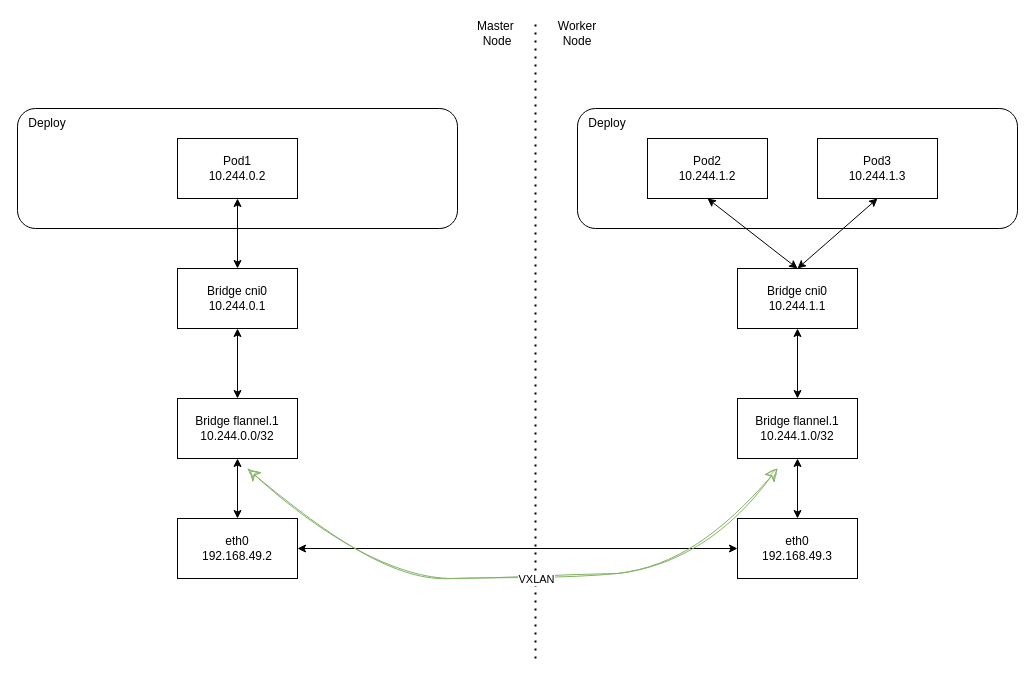
Before: page "k8s_calico" (7 of 7) of network_topology.drawio in adinxu/draw.io, a draw.io diagram. Source tidied: cells renumbered, new cells numbered last; positions are measured from the earlier drawing's top-left corner, leaving out a move shared by most shapes. Both pictures are drawn from the tidied source at 100%, with x=0, y=0 at pixel (17, 18).
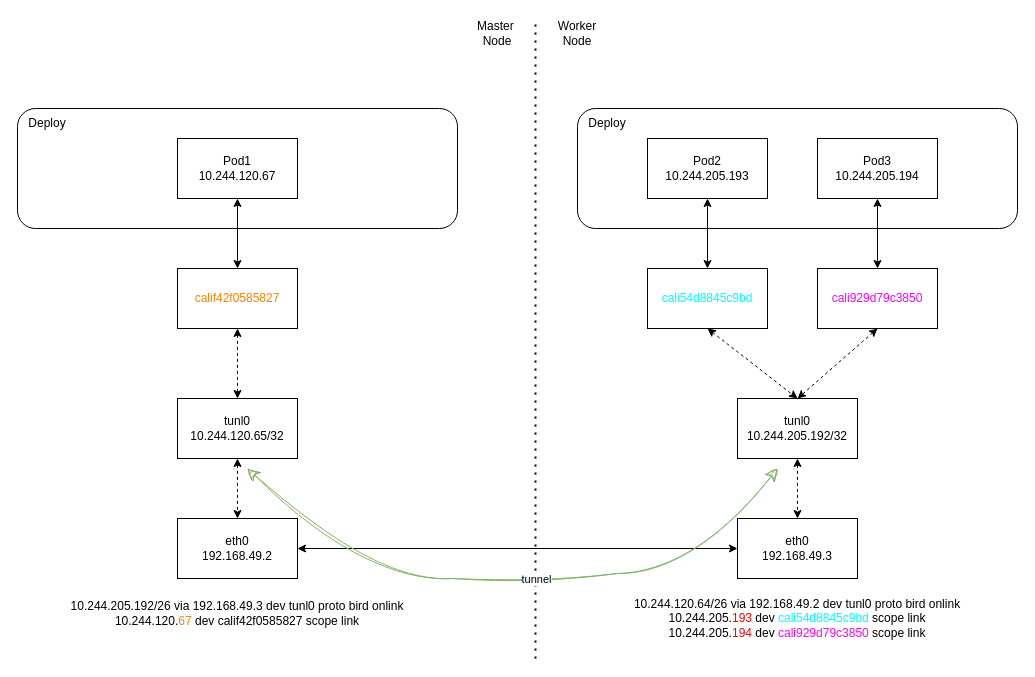
The same diagram, later.

Unchanged cells that the change refers to:
```xml
<mxCell id="9" value="eth0&lt;div&gt;192.168.49.2&lt;/div&gt;" style="rounded=0;whiteSpace=wrap;html=1;" parent="1" vertex="1">
  <mxGeometry x="160" y="500" width="120" height="60" as="geometry" />
</mxCell>
<mxCell id="18" value="eth0&lt;div&gt;192.168.49.3&lt;/div&gt;" style="rounded=0;whiteSpace=wrap;html=1;" parent="1" vertex="1">
  <mxGeometry x="720" y="500" width="120" height="60" as="geometry" />
</mxCell>
```

The edit, as a diff of the source:
```diff
@@
-    <mxCell id="3" style="rounded=0;jettySize=auto;html=1;exitX=0.5;exitY=1;exitDx=0;exitDy=0;entryX=0.5;entryY=0;entryDx=0;entryDy=0;endArrow=classic;startFill=1;startArrow=classic;endFill=1;" parent="1" edge="1" source="4" target="7">
-      <mxGeometry relative="1" as="geometry" />
-    </mxCell>
-    <mxCell id="4" value="Pod1&lt;div&gt;10.244.0.2&lt;/div&gt;" style="rounded=0;whiteSpace=wrap;html=1;" parent="1" vertex="1">
+    <mxCell id="4" value="Pod1&lt;div&gt;10.244.120.67&lt;/div&gt;" style="rounded=0;whiteSpace=wrap;html=1;" parent="1" vertex="1">
       <mxGeometry x="160" y="120" width="120" height="60" as="geometry" />
     </mxCell>
@@
-    <mxCell id="6" style="edgeStyle=orthogonalEdgeStyle;rounded=0;jettySize=auto;html=1;exitX=0.5;exitY=1;exitDx=0;exitDy=0;entryX=0.5;entryY=0;entryDx=0;entryDy=0;startArrow=classic;startFill=1;" parent="1" edge="1" source="7" target="11">
-      <mxGeometry relative="1" as="geometry" />
-    </mxCell>
-    <mxCell id="7" value="Bridge cni0&lt;div&gt;10.244.0.1&lt;/div&gt;" style="rounded=0;whiteSpace=wrap;html=1;" parent="1" vertex="1">
-      <mxGeometry x="160" y="250" width="120" height="60" as="geometry" />
-    </mxCell>
@@
-    <mxCell id="10" style="edgeStyle=orthogonalEdgeStyle;rounded=0;jettySize=auto;html=1;exitX=0.5;exitY=1;exitDx=0;exitDy=0;entryX=0.5;entryY=0;entryDx=0;entryDy=0;startArrow=classic;startFill=1;endArrow=classic;endFill=1;" parent="1" edge="1" source="11" target="9">
-      <mxGeometry relative="1" as="geometry" />
-    </mxCell>
-    <mxCell id="11" value="Bridge flannel.1&lt;div&gt;10.244.0.0/32&lt;/div&gt;" style="rounded=0;whiteSpace=wrap;html=1;" parent="1" vertex="1">
-      <mxGeometry x="160" y="380" width="120" height="60" as="geometry" />
-    </mxCell>
@@
-    <mxCell id="14" style="rounded=0;jettySize=auto;html=1;exitX=0.5;exitY=0;exitDx=0;exitDy=0;endArrow=classic;startFill=1;entryX=0.5;entryY=1;entryDx=0;entryDy=0;startArrow=classic;endFill=1;" parent="1" edge="1" source="17" target="19">
+    <mxCell id="14" style="edgeStyle=orthogonalEdgeStyle;rounded=0;jettySize=auto;html=1;exitX=0.5;exitY=0;exitDx=0;exitDy=0;entryX=0.5;entryY=1;entryDx=0;entryDy=0;endArrow=classic;startFill=1;startArrow=classic;endFill=1;" parent="1" edge="1" source="17" target="19">
       <mxGeometry relative="1" as="geometry" />
     </mxCell>
-    <mxCell id="15" style="edgeStyle=orthogonalEdgeStyle;rounded=0;jettySize=auto;html=1;exitX=0.5;exitY=1;exitDx=0;exitDy=0;entryX=0.5;entryY=0;entryDx=0;entryDy=0;startArrow=classic;startFill=1;endArrow=classic;endFill=1;" parent="1" edge="1" source="17" target="21">
-      <mxGeometry relative="1" as="geometry" />
-    </mxCell>
-    <mxCell id="16" style="rounded=0;jettySize=auto;html=1;exitX=0.5;exitY=0;exitDx=0;exitDy=0;entryX=0.5;entryY=1;entryDx=0;entryDy=0;startArrow=classic;startFill=1;" parent="1" edge="1" source="17" target="27">
-      <mxGeometry relative="1" as="geometry" />
-    </mxCell>
+    <mxCell id="28" style="rounded=0;jettySize=auto;html=1;exitX=0.5;exitY=1;exitDx=0;exitDy=0;entryX=0.5;entryY=0;entryDx=0;entryDy=0;dashed=1;startArrow=classic;startFill=1;endArrow=classic;endFill=1;" parent="1" edge="1" source="17" target="40">
+      <mxGeometry relative="1" as="geometry" />
+    </mxCell>
-    <mxCell id="17" value="Bridge cni0&lt;div&gt;10.244.1.1&lt;/div&gt;" style="rounded=0;whiteSpace=wrap;html=1;" parent="1" vertex="1">
-      <mxGeometry x="720" y="250" width="120" height="60" as="geometry" />
+    <mxCell id="17" value="&lt;font style=&quot;color: rgb(0, 255, 255);&quot;&gt;cali54d8845c9bd&lt;/font&gt;" style="rounded=0;whiteSpace=wrap;html=1;" parent="1" vertex="1">
+      <mxGeometry x="630" y="250" width="120" height="60" as="geometry" />
     </mxCell>
@@
-    <mxCell id="19" value="Pod2&lt;br&gt;&lt;div&gt;10.244.1.2&lt;/div&gt;" style="rounded=0;whiteSpace=wrap;html=1;" parent="1" vertex="1">
+    <mxCell id="19" value="Pod2&lt;br&gt;&lt;div&gt;10.244.205.193&lt;/div&gt;" style="rounded=0;whiteSpace=wrap;html=1;" parent="1" vertex="1">
       <mxGeometry x="630" y="120" width="120" height="60" as="geometry" />
     </mxCell>
-    <mxCell id="20" style="edgeStyle=orthogonalEdgeStyle;rounded=0;jettySize=auto;html=1;exitX=0.5;exitY=1;exitDx=0;exitDy=0;entryX=0.5;entryY=0;entryDx=0;entryDy=0;startArrow=classic;startFill=1;endArrow=classic;endFill=1;" parent="1" edge="1" source="21" target="18">
-      <mxGeometry relative="1" as="geometry" />
-    </mxCell>
-    <mxCell id="21" value="Bridge flannel.1&lt;div&gt;10.244.1.0/32&lt;/div&gt;" style="rounded=0;whiteSpace=wrap;html=1;" parent="1" vertex="1">
-      <mxGeometry x="720" y="380" width="120" height="60" as="geometry" />
-    </mxCell>
@@
-    <mxCell id="25" style="curved=1;endArrow=classic;html=1;rounded=0;startArrow=classic;startFill=1;sketch=1;curveFitting=1;jiggle=2;endSize=10;startSize=10;fillColor=#d5e8d4;strokeColor=#82b366;" parent="1" edge="1">
-      <mxGeometry relative="1" as="geometry">
-        <mxPoint x="230" y="450" as="sourcePoint" />
-        <mxPoint x="760" y="450" as="targetPoint" />
-        <Array as="points">
-          <mxPoint x="350" y="560" />
-          <mxPoint x="520" y="560" />
-          <mxPoint x="680" y="550" />
-        </Array>
-      </mxGeometry>
-    </mxCell>
-    <mxCell id="26" value="VXLAN" style="edgeLabel;html=1;align=center;verticalAlign=middle;" parent="25" vertex="1">
-      <mxGeometry y="3" relative="1" as="geometry">
-        <mxPoint x="20" y="3" as="offset" />
-      </mxGeometry>
-    </mxCell>
-    <mxCell id="27" value="Pod3&lt;br&gt;&lt;div&gt;10.244.1.3&lt;/div&gt;" style="rounded=0;whiteSpace=wrap;html=1;" parent="1" vertex="1">
+    <mxCell id="27" value="Pod3&lt;br&gt;&lt;div&gt;10.244.205.194&lt;/div&gt;" style="rounded=0;whiteSpace=wrap;html=1;" parent="1" vertex="1">
       <mxGeometry x="800" y="120" width="120" height="60" as="geometry" />
     </mxCell>
+    <mxCell id="29" style="edgeStyle=orthogonalEdgeStyle;rounded=0;jettySize=auto;html=1;exitX=0.5;exitY=0;exitDx=0;exitDy=0;endArrow=classic;startFill=1;startArrow=classic;endFill=1;" parent="1" edge="1" source="31" target="4">
+      <mxGeometry relative="1" as="geometry" />
+    </mxCell>
+    <mxCell id="30" style="edgeStyle=orthogonalEdgeStyle;rounded=0;jettySize=auto;html=1;exitX=0.5;exitY=1;exitDx=0;exitDy=0;entryX=0.5;entryY=0;entryDx=0;entryDy=0;dashed=1;startArrow=classic;startFill=1;endArrow=classic;endFill=1;" parent="1" edge="1" source="31" target="38">
+      <mxGeometry relative="1" as="geometry" />
+    </mxCell>
+    <mxCell id="31" value="&lt;font style=&quot;color: light-dark(rgb(255, 128, 0), rgb(255, 255, 255));&quot;&gt;calif42f0585827&lt;/font&gt;" style="rounded=0;whiteSpace=wrap;html=1;" parent="1" vertex="1">
+      <mxGeometry x="160" y="250" width="120" height="60" as="geometry" />
+    </mxCell>
+    <mxCell id="32" style="edgeStyle=orthogonalEdgeStyle;rounded=0;jettySize=auto;html=1;exitX=0.5;exitY=0;exitDx=0;exitDy=0;entryX=0.5;entryY=1;entryDx=0;entryDy=0;endArrow=classic;startFill=1;startArrow=classic;endFill=1;" parent="1" edge="1" source="34" target="27">
+      <mxGeometry relative="1" as="geometry" />
+    </mxCell>
+    <mxCell id="33" style="rounded=0;jettySize=auto;html=1;exitX=0.5;exitY=1;exitDx=0;exitDy=0;entryX=0.5;entryY=0;entryDx=0;entryDy=0;dashed=1;startArrow=classic;startFill=1;endArrow=classic;endFill=1;" parent="1" edge="1" source="34" target="40">
+      <mxGeometry relative="1" as="geometry" />
+    </mxCell>
+    <mxCell id="34" value="&lt;font style=&quot;color: rgb(255, 0, 255);&quot;&gt;cali929d79c3850&lt;/font&gt;" style="rounded=0;whiteSpace=wrap;html=1;" parent="1" vertex="1">
+      <mxGeometry x="800" y="250" width="120" height="60" as="geometry" />
+    </mxCell>
+    <mxCell id="35" value="&lt;div&gt;10.244.120.64/26 via 192.168.49.2 dev tunl0 proto bird onlink&lt;/div&gt;&lt;div&gt;10.244.205.&lt;font style=&quot;color: rgb(255, 0, 0);&quot;&gt;193&lt;/font&gt; dev &lt;font style=&quot;color: rgb(0, 255, 255);&quot;&gt;cali54d8845c9bd&lt;/font&gt; scope link&lt;/div&gt;&lt;div&gt;10.244.205.&lt;font style=&quot;color: rgb(255, 0, 0);&quot;&gt;194&lt;/font&gt; dev &lt;font style=&quot;color: rgb(255, 0, 255);&quot;&gt;cali929d79c3850&lt;/font&gt; scope link&lt;/div&gt;" style="text;html=1;align=center;verticalAlign=middle;whiteSpace=wrap;rounded=0;" parent="1" vertex="1">
+      <mxGeometry x="615" y="580" width="330" height="40" as="geometry" />
+    </mxCell>
+    <mxCell id="36" value="&lt;div&gt;10.244.205.192/26 via 192.168.49.3 dev tunl0 proto bird onlink&lt;span style=&quot;background-color: transparent; color: light-dark(rgb(0, 0, 0), rgb(255, 255, 255));&quot;&gt;&lt;/span&gt;&lt;/div&gt;&lt;div&gt;&lt;span style=&quot;background-color: transparent; color: light-dark(rgb(0, 0, 0), rgb(255, 255, 255));&quot;&gt;10.244.120.&lt;/span&gt;&lt;span style=&quot;background-color: transparent;&quot;&gt;&lt;font style=&quot;color: light-dark(rgb(255, 128, 0), rgb(255, 255, 255));&quot;&gt;67&lt;/font&gt;&lt;/span&gt;&lt;span style=&quot;background-color: transparent; color: light-dark(rgb(0, 0, 0), rgb(255, 255, 255));&quot;&gt; dev calif42f0585827 scope link&lt;/span&gt;&lt;/div&gt;" style="text;html=1;align=center;verticalAlign=middle;whiteSpace=wrap;rounded=0;" parent="1" vertex="1">
+      <mxGeometry x="50" y="580" width="340" height="30" as="geometry" />
+    </mxCell>
+    <mxCell id="37" style="edgeStyle=orthogonalEdgeStyle;rounded=0;jettySize=auto;html=1;exitX=0.5;exitY=1;exitDx=0;exitDy=0;entryX=0.5;entryY=0;entryDx=0;entryDy=0;startArrow=classic;startFill=1;dashed=1;" parent="1" edge="1" source="38" target="9">
+      <mxGeometry relative="1" as="geometry" />
+    </mxCell>
+    <mxCell id="38" value="tunl0&lt;div&gt;10.244.120.65/32&lt;/div&gt;" style="rounded=0;whiteSpace=wrap;html=1;" parent="1" vertex="1">
+      <mxGeometry x="160" y="380" width="120" height="60" as="geometry" />
+    </mxCell>
+    <mxCell id="39" style="edgeStyle=orthogonalEdgeStyle;rounded=0;jettySize=auto;html=1;exitX=0.5;exitY=1;exitDx=0;exitDy=0;entryX=0.5;entryY=0;entryDx=0;entryDy=0;startArrow=classic;startFill=1;dashed=1;" parent="1" edge="1" source="40" target="18">
+      <mxGeometry relative="1" as="geometry" />
+    </mxCell>
+    <mxCell id="40" value="tunl0&lt;div&gt;10.244.205.192/32&lt;/div&gt;" style="rounded=0;whiteSpace=wrap;html=1;" parent="1" vertex="1">
+      <mxGeometry x="720" y="380" width="120" height="60" as="geometry" />
+    </mxCell>
+    <mxCell id="41" style="curved=1;endArrow=classic;html=1;rounded=0;startArrow=classic;startFill=1;sketch=1;curveFitting=1;jiggle=2;endSize=10;startSize=10;fillColor=#d5e8d4;strokeColor=#82b366;" parent="1" edge="1">
+      <mxGeometry relative="1" as="geometry">
+        <mxPoint x="230" y="450" as="sourcePoint" />
+        <mxPoint x="760" y="450" as="targetPoint" />
+        <Array as="points">
+          <mxPoint x="350" y="560" />
+          <mxPoint x="520" y="560" />
+          <mxPoint x="680" y="550" />
+        </Array>
+      </mxGeometry>
+    </mxCell>
+    <mxCell id="42" value="tunnel" style="edgeLabel;html=1;align=center;verticalAlign=middle;" parent="41" vertex="1">
+      <mxGeometry y="3" relative="1" as="geometry">
+        <mxPoint x="20" y="3" as="offset" />
+      </mxGeometry>
+    </mxCell>
```
